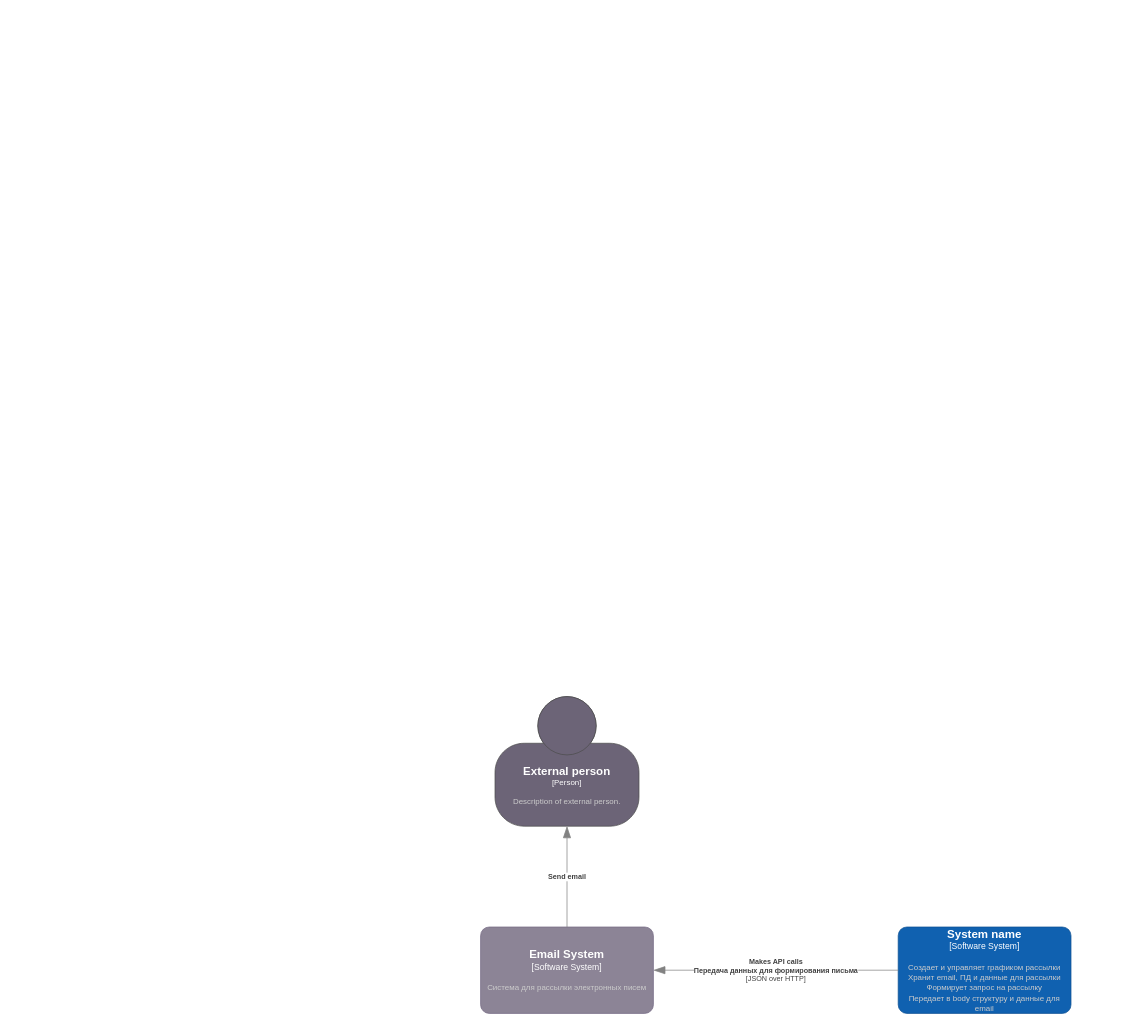
The draw.io diagram Project_Task3/Context_diagram_Task3.drawio in NikpeFreiheit/Analyst_test_GV, before the edit. Source tidied: cells renumbered, new cells numbered last; positions are measured from the earlier drawing's top-left corner, leaving out a move shared by most shapes. Both pictures are drawn from the tidied source at 72%, with x=0, y=0 at pixel (480, 696).
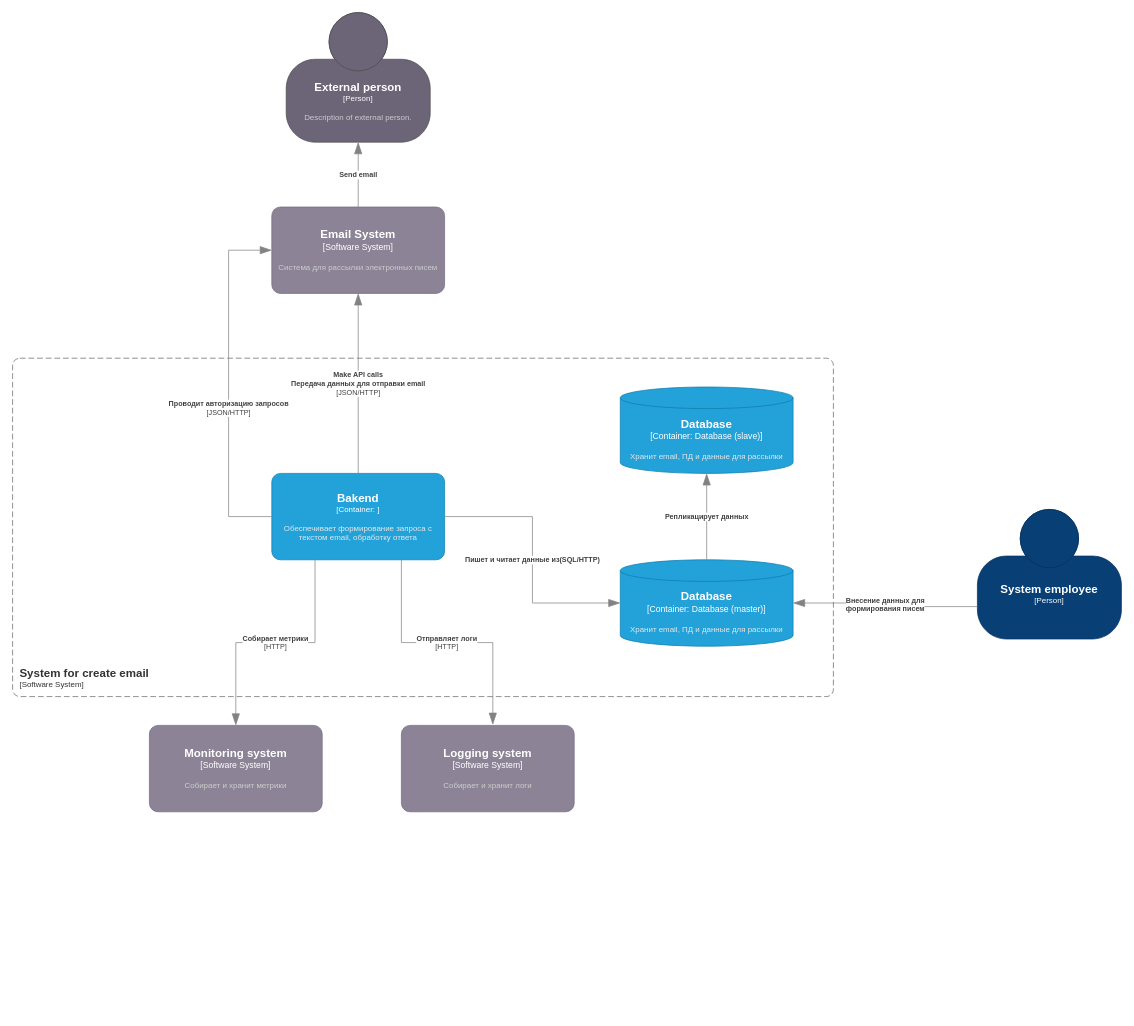
After the change.

The edit, as a diff of the source:
```diff
@@
     <object id="2" label="&lt;font style=&quot;font-size: 16px&quot;&gt;&lt;b&gt;%c4Name%&lt;/b&gt;&lt;/font&gt;&lt;div&gt;[%c4Type%]&lt;/div&gt;&lt;br&gt;&lt;div&gt;&lt;font style=&quot;font-size: 11px&quot;&gt;&lt;font color=&quot;#cccccc&quot;&gt;%c4Description%&lt;/font&gt;&lt;/div&gt;" c4Description="Система для рассылки электронных писем" c4Name="Email System" c4Type="Software System" placeholders="1">
       <mxCell style="rounded=1;whiteSpace=wrap;html=1;labelBackgroundColor=none;fillColor=#8C8496;fontColor=#ffffff;align=center;arcSize=10;strokeColor=#736782;points=[[0.25,0,0],[0.5,0,0],[0.75,0,0],[1,0.25,0],[1,0.5,0],[1,0.75,0],[0.75,1,0],[0.5,1,0],[0.25,1,0],[0,0.75,0],[0,0.5,0],[0,0.25,0]];" parent="1" vertex="1">
-        <mxGeometry y="320" width="240" height="120" as="geometry" />
+        <mxGeometry x="-290" y="-680" width="240" height="120" as="geometry" />
       </mxCell>
     </object>
-    <object id="3" label="&lt;font style=&quot;font-size: 16px&quot;&gt;&lt;b&gt;%c4Name%&lt;/b&gt;&lt;/font&gt;&lt;div&gt;[%c4Type%]&lt;/div&gt;&lt;br&gt;&lt;div&gt;&lt;font style=&quot;font-size: 11px&quot;&gt;&lt;font color=&quot;#cccccc&quot;&gt;%c4Description%&lt;/font&gt;&lt;/div&gt;" c4Description="Создает и управляет графиком рассылки&#10;Хранит email, ПД и данные для рассылки&#10;Формирует запрос на рассылку&#10;Передает в body структуру и данные для email" c4Name="System name" c4Type="Software System" placeholders="1">
-      <mxCell style="rounded=1;whiteSpace=wrap;html=1;labelBackgroundColor=none;fillColor=#1061B0;fontColor=#ffffff;align=center;arcSize=10;strokeColor=#0D5091;points=[[0.25,0,0],[0.5,0,0],[0.75,0,0],[1,0.25,0],[1,0.5,0],[1,0.75,0],[0.75,1,0],[0.5,1,0],[0.25,1,0],[0,0.75,0],[0,0.5,0],[0,0.25,0]];" parent="1" vertex="1">
-        <mxGeometry x="580" y="320" width="240" height="120" as="geometry" />
-      </mxCell>
-    </object>
     <object id="4" label="&lt;font style=&quot;font-size: 16px&quot;&gt;&lt;b&gt;%c4Name%&lt;/b&gt;&lt;/font&gt;&lt;div&gt;[%c4Type%]&lt;/div&gt;&lt;br&gt;&lt;div&gt;&lt;font style=&quot;font-size: 11px&quot;&gt;&lt;font color=&quot;#cccccc&quot;&gt;%c4Description%&lt;/font&gt;&lt;/div&gt;" c4Description="Description of external person." c4Name="External person" c4Type="Person" placeholders="1">
       <mxCell style="html=1;fontSize=11;dashed=0;whiteSpace=wrap;fillColor=#6C6477;strokeColor=#4D4D4D;fontColor=#ffffff;shape=mxgraph.c4.person2;align=center;points=[[0.5,0,0],[1,0.5,0],[1,0.75,0],[0.75,1,0],[0.5,1,0],[0.25,1,0],[0,0.75,0],[0,0.5,0]];" parent="1" vertex="1">
-        <mxGeometry x="20" width="200" height="180" as="geometry" />
+        <mxGeometry x="-270" y="-950" width="200" height="180" as="geometry" />
       </mxCell>
     </object>
@@
-    <object id="6" label="&lt;div style=&quot;text-align: left&quot;&gt;&lt;div style=&quot;text-align: center&quot;&gt;&lt;b&gt;%c4Description%&lt;/b&gt;&lt;/div&gt;&lt;div style=&quot;text-align: center&quot;&gt;[%c4Technology%]&lt;/div&gt;&lt;/div&gt;" c4Description="Makes API calls&#10;Передача данных для формирования письма" c4Technology="JSON over HTTP" placeholders="1">
-      <mxCell style="endArrow=blockThin;html=1;fontSize=10;fontColor=#404040;strokeWidth=1;endFill=1;strokeColor=#828282;elbow=vertical;endSize=14;startSize=14;jumpStyle=arc;jumpSize=16;rounded=0;edgeStyle=orthogonalEdgeStyle;entryX=1;entryY=0.5;entryDx=0;entryDy=0;entryPerimeter=0;" parent="1" edge="1" source="3" target="2">
-        <mxGeometry relative="1" as="geometry" />
-      </mxCell>
-    </object>
+    <object id="7" label="&lt;font style=&quot;font-size: 16px&quot;&gt;&lt;b&gt;&lt;div style=&quot;text-align: left&quot;&gt;%c4Name%&lt;/div&gt;&lt;/b&gt;&lt;/font&gt;&lt;div style=&quot;text-align: left&quot;&gt;[%c4Application%]&lt;/div&gt;" c4Application="Software System" c4Name="System for create email" placeholders="1">
+      <mxCell style="rounded=1;fontSize=11;whiteSpace=wrap;html=1;dashed=1;arcSize=20;fillColor=none;strokeColor=#666666;fontColor=#333333;labelBackgroundColor=none;align=left;verticalAlign=bottom;labelBorderColor=none;spacingTop=0;spacing=10;dashPattern=8 4;perimeter=rectanglePerimeter;noLabel=0;labelPadding=0;absoluteArcSize=1;" parent="1" vertex="1">
+        <mxGeometry x="-650" y="-470" width="1140" height="470" as="geometry" />
+      </mxCell>
+    </object>
+    <object id="8" label="&lt;font style=&quot;font-size: 16px&quot;&gt;&lt;b&gt;%c4Name%&lt;/b&gt;&lt;/font&gt;&lt;div&gt;[%c4Type%: %c4Technology%]&lt;/div&gt;&lt;br&gt;&lt;div&gt;&lt;font style=&quot;font-size: 11px&quot;&gt;&lt;font color=&quot;#E6E6E6&quot;&gt;%c4Description%&lt;/font&gt;&lt;/div&gt;" c4Description="Обеспечивает формирование запроса с текстом email, обработку ответа" c4Name="Bakend" c4Technology="" c4Type="Container" placeholders="1">
+      <mxCell style="rounded=1;whiteSpace=wrap;html=1;fontSize=11;labelBackgroundColor=none;fillColor=#23A2D9;fontColor=#ffffff;align=center;arcSize=10;strokeColor=#0E7DAD;points=[[0.25,0,0],[0.5,0,0],[0.75,0,0],[1,0.25,0],[1,0.5,0],[1,0.75,0],[0.75,1,0],[0.5,1,0],[0.25,1,0],[0,0.75,0],[0,0.5,0],[0,0.25,0]];" parent="1" vertex="1">
+        <mxGeometry x="-290" y="-310" width="240" height="120" as="geometry" />
+      </mxCell>
+    </object>
+    <object id="9" label="&lt;font style=&quot;font-size: 16px&quot;&gt;&lt;b&gt;%c4Type%&lt;/b&gt;&lt;/font&gt;&lt;div&gt;[%c4Container%:&amp;nbsp;%c4Technology%]&lt;/div&gt;&lt;br&gt;&lt;div&gt;&lt;font style=&quot;font-size: 11px&quot;&gt;&lt;font color=&quot;#E6E6E6&quot;&gt;%c4Description%&lt;/font&gt;&lt;/div&gt;" c4Container="Container" c4Description="Хранит email, ПД и данные для рассылки" c4Technology="Database (master)" c4Type="Database" placeholders="1">
+      <mxCell style="shape=cylinder3;size=15;whiteSpace=wrap;html=1;boundedLbl=1;rounded=0;labelBackgroundColor=none;fillColor=#23A2D9;fontSize=12;fontColor=#ffffff;align=center;strokeColor=#0E7DAD;points=[[0.5,0,0],[1,0.25,0],[1,0.5,0],[1,0.75,0],[0.5,1,0],[0,0.75,0],[0,0.5,0],[0,0.25,0]];" parent="1" vertex="1">
+        <mxGeometry x="194" y="-190" width="240" height="120" as="geometry" />
+      </mxCell>
+    </object>
+    <object id="10" label="&lt;div style=&quot;text-align: left&quot;&gt;&lt;div style=&quot;text-align: center&quot;&gt;&lt;b&gt;%c4Description%&lt;/b&gt;&lt;/div&gt;" c4Description="Пишет и читает данные из(SQL/HTTP)" placeholders="1">
+      <mxCell style="endArrow=blockThin;html=1;fontSize=10;fontColor=#404040;strokeWidth=1;endFill=1;strokeColor=#828282;elbow=vertical;endSize=14;startSize=14;jumpStyle=arc;jumpSize=16;rounded=0;edgeStyle=orthogonalEdgeStyle;exitX=1;exitY=0.5;exitDx=0;exitDy=0;exitPerimeter=0;entryX=0;entryY=0.5;entryDx=0;entryDy=0;entryPerimeter=0;" parent="1" edge="1" source="8" target="9">
+        <mxGeometry relative="1" as="geometry" />
+      </mxCell>
+    </object>
+    <object id="11" label="&lt;div style=&quot;text-align: left&quot;&gt;&lt;div style=&quot;text-align: center&quot;&gt;&lt;b&gt;%c4Description%&lt;/b&gt;&lt;/div&gt;&lt;div style=&quot;text-align: center&quot;&gt;[%c4Technology%]&lt;/div&gt;&lt;/div&gt;" c4Description="Make API calls&#10;Передача данных для отправки email" c4Technology="JSON/HTTP" placeholders="1">
+      <mxCell style="endArrow=blockThin;html=1;fontSize=10;fontColor=#404040;strokeWidth=1;endFill=1;strokeColor=#828282;elbow=vertical;endSize=14;startSize=14;jumpStyle=arc;jumpSize=16;rounded=0;edgeStyle=orthogonalEdgeStyle;entryX=0.5;entryY=1;entryDx=0;entryDy=0;entryPerimeter=0;exitX=0.5;exitY=0;exitDx=0;exitDy=0;exitPerimeter=0;" parent="1" edge="1" source="8" target="2">
+        <mxGeometry relative="1" as="geometry" />
+      </mxCell>
+    </object>
+    <object id="12" label="&lt;font style=&quot;font-size: 16px&quot;&gt;&lt;b&gt;%c4Name%&lt;/b&gt;&lt;/font&gt;&lt;div&gt;[%c4Type%]&lt;/div&gt;&lt;br&gt;&lt;div&gt;&lt;font style=&quot;font-size: 11px&quot;&gt;&lt;font color=&quot;#cccccc&quot;&gt;%c4Description%&lt;/font&gt;&lt;/div&gt;" c4Description="Собирает и хранит логи" c4Name="Logging system" c4Type="Software System" placeholders="1">
+      <mxCell style="rounded=1;whiteSpace=wrap;html=1;labelBackgroundColor=none;fillColor=#8C8496;fontColor=#ffffff;align=center;arcSize=10;strokeColor=#736782;points=[[0.25,0,0],[0.5,0,0],[0.75,0,0],[1,0.25,0],[1,0.5,0],[1,0.75,0],[0.75,1,0],[0.5,1,0],[0.25,1,0],[0,0.75,0],[0,0.5,0],[0,0.25,0]];" parent="1" vertex="1">
+        <mxGeometry x="-110" y="40" width="240" height="120" as="geometry" />
+      </mxCell>
+    </object>
+    <object id="13" label="&lt;font style=&quot;font-size: 16px&quot;&gt;&lt;b&gt;%c4Name%&lt;/b&gt;&lt;/font&gt;&lt;div&gt;[%c4Type%]&lt;/div&gt;&lt;br&gt;&lt;div&gt;&lt;font style=&quot;font-size: 11px&quot;&gt;&lt;font color=&quot;#cccccc&quot;&gt;%c4Description%&lt;/font&gt;&lt;/div&gt;" c4Description="" c4Name="System employee" c4Type="Person" placeholders="1">
+      <mxCell style="html=1;fontSize=11;dashed=0;whiteSpace=wrap;fillColor=#083F75;strokeColor=#06315C;fontColor=#ffffff;shape=mxgraph.c4.person2;align=center;points=[[0.5,0,0],[1,0.5,0],[1,0.75,0],[0.75,1,0],[0.5,1,0],[0.25,1,0],[0,0.75,0],[0,0.5,0]];" parent="1" vertex="1">
+        <mxGeometry x="690" y="-260" width="200" height="180" as="geometry" />
+      </mxCell>
+    </object>
+    <object id="14" label="&lt;div style=&quot;text-align: left&quot;&gt;&lt;div style=&quot;text-align: center&quot;&gt;&lt;b&gt;%c4Description%&lt;/b&gt;&lt;/div&gt;" c4Description="Внесение данных для &#10;формирования писем" placeholders="1">
+      <mxCell style="endArrow=blockThin;html=1;fontSize=10;fontColor=#404040;strokeWidth=1;endFill=1;strokeColor=#828282;elbow=vertical;endSize=14;startSize=14;jumpStyle=arc;jumpSize=16;rounded=0;edgeStyle=orthogonalEdgeStyle;exitX=0;exitY=0.75;exitDx=0;exitDy=0;exitPerimeter=0;entryX=1;entryY=0.5;entryDx=0;entryDy=0;entryPerimeter=0;" parent="1" edge="1" source="13" target="9">
+        <mxGeometry relative="1" as="geometry" />
+      </mxCell>
+    </object>
+    <object id="15" label="&lt;font style=&quot;font-size: 16px&quot;&gt;&lt;b&gt;%c4Type%&lt;/b&gt;&lt;/font&gt;&lt;div&gt;[%c4Container%:&amp;nbsp;%c4Technology%]&lt;/div&gt;&lt;br&gt;&lt;div&gt;&lt;font style=&quot;font-size: 11px&quot;&gt;&lt;font color=&quot;#E6E6E6&quot;&gt;%c4Description%&lt;/font&gt;&lt;/div&gt;" c4Container="Container" c4Description="Хранит email, ПД и данные для рассылки" c4Technology="Database (slave)" c4Type="Database" placeholders="1">
+      <mxCell style="shape=cylinder3;size=15;whiteSpace=wrap;html=1;boundedLbl=1;rounded=0;labelBackgroundColor=none;fillColor=#23A2D9;fontSize=12;fontColor=#ffffff;align=center;strokeColor=#0E7DAD;points=[[0.5,0,0],[1,0.25,0],[1,0.5,0],[1,0.75,0],[0.5,1,0],[0,0.75,0],[0,0.5,0],[0,0.25,0]];" parent="1" vertex="1">
+        <mxGeometry x="194" y="-430" width="240" height="120" as="geometry" />
+      </mxCell>
+    </object>
+    <object id="16" label="&lt;div style=&quot;text-align: left&quot;&gt;&lt;div style=&quot;text-align: center&quot;&gt;&lt;b&gt;%c4Description%&lt;/b&gt;&lt;/div&gt;" c4Description="Репликацирует данных" placeholders="1">
+      <mxCell style="endArrow=blockThin;html=1;fontSize=10;fontColor=#404040;strokeWidth=1;endFill=1;strokeColor=#828282;elbow=vertical;endSize=14;startSize=14;jumpStyle=arc;jumpSize=16;rounded=0;edgeStyle=orthogonalEdgeStyle;exitX=0.5;exitY=0;exitDx=0;exitDy=0;exitPerimeter=0;entryX=0.5;entryY=1;entryDx=0;entryDy=0;entryPerimeter=0;" parent="1" edge="1" source="9" target="15">
+        <mxGeometry relative="1" as="geometry" />
+      </mxCell>
+    </object>
+    <object id="17" label="&lt;div style=&quot;text-align: left&quot;&gt;&lt;div style=&quot;text-align: center&quot;&gt;&lt;b&gt;%c4Description%&lt;/b&gt;&lt;/div&gt;&lt;div style=&quot;text-align: center&quot;&gt;[%c4Technology%]&lt;/div&gt;&lt;/div&gt;" c4Description="Проводит авторизацию запросов" c4Technology="JSON/HTTP" placeholders="1">
+      <mxCell style="endArrow=blockThin;html=1;fontSize=10;fontColor=#404040;strokeWidth=1;endFill=1;strokeColor=#828282;elbow=vertical;endSize=14;startSize=14;jumpStyle=arc;jumpSize=16;rounded=0;edgeStyle=orthogonalEdgeStyle;exitX=0;exitY=0.5;exitDx=0;exitDy=0;exitPerimeter=0;entryX=0;entryY=0.5;entryDx=0;entryDy=0;entryPerimeter=0;" parent="1" edge="1" source="8" target="2">
+        <mxGeometry x="-0.14" relative="1" as="geometry">
+          <Array as="points">
+            <mxPoint x="-350" y="-250" />
+            <mxPoint x="-350" y="-620" />
+          </Array>
+        </mxGeometry>
+      </mxCell>
+    </object>
+    <object id="18" label="&lt;font style=&quot;font-size: 16px&quot;&gt;&lt;b&gt;%c4Name%&lt;/b&gt;&lt;/font&gt;&lt;div&gt;[%c4Type%]&lt;/div&gt;&lt;br&gt;&lt;div&gt;&lt;font style=&quot;font-size: 11px&quot;&gt;&lt;font color=&quot;#cccccc&quot;&gt;%c4Description%&lt;/font&gt;&lt;/div&gt;" c4Description="Собирает и хранит метрики" c4Name="Monitoring system" c4Type="Software System" placeholders="1">
+      <mxCell style="rounded=1;whiteSpace=wrap;html=1;labelBackgroundColor=none;fillColor=#8C8496;fontColor=#ffffff;align=center;arcSize=10;strokeColor=#736782;points=[[0.25,0,0],[0.5,0,0],[0.75,0,0],[1,0.25,0],[1,0.5,0],[1,0.75,0],[0.75,1,0],[0.5,1,0],[0.25,1,0],[0,0.75,0],[0,0.5,0],[0,0.25,0]];" parent="1" vertex="1">
+        <mxGeometry x="-460" y="40" width="240" height="120" as="geometry" />
+      </mxCell>
+    </object>
+    <object id="19" label="&lt;div style=&quot;text-align: left&quot;&gt;&lt;div style=&quot;text-align: center&quot;&gt;&lt;b&gt;%c4Description%&lt;/b&gt;&lt;/div&gt;&lt;div style=&quot;text-align: center&quot;&gt;[%c4Technology%]&lt;/div&gt;&lt;/div&gt;" c4Description="Отправляет логи" c4Technology="HTTP" placeholders="1">
+      <mxCell style="endArrow=blockThin;html=1;fontSize=10;fontColor=#404040;strokeWidth=1;endFill=1;strokeColor=#828282;elbow=vertical;endSize=14;startSize=14;jumpStyle=arc;jumpSize=16;rounded=0;edgeStyle=orthogonalEdgeStyle;entryX=0.529;entryY=-0.008;entryDx=0;entryDy=0;entryPerimeter=0;exitX=0.75;exitY=1;exitDx=0;exitDy=0;exitPerimeter=0;" parent="1" edge="1" source="8" target="12">
+        <mxGeometry relative="1" as="geometry" />
+      </mxCell>
+    </object>
+    <object id="20" label="&lt;div style=&quot;text-align: left&quot;&gt;&lt;div style=&quot;text-align: center&quot;&gt;&lt;b&gt;%c4Description%&lt;/b&gt;&lt;/div&gt;&lt;div style=&quot;text-align: center&quot;&gt;[%c4Technology%]&lt;/div&gt;&lt;/div&gt;" c4Description="Собирает метрики" c4Technology="HTTP" placeholders="1">
+      <mxCell style="endArrow=blockThin;html=1;fontSize=10;fontColor=#404040;strokeWidth=1;endFill=1;strokeColor=#828282;elbow=vertical;endSize=14;startSize=14;jumpStyle=arc;jumpSize=16;rounded=0;edgeStyle=orthogonalEdgeStyle;exitX=0.25;exitY=1;exitDx=0;exitDy=0;exitPerimeter=0;" parent="1" edge="1" source="8" target="18">
+        <mxGeometry relative="1" as="geometry" />
+      </mxCell>
+    </object>
```
